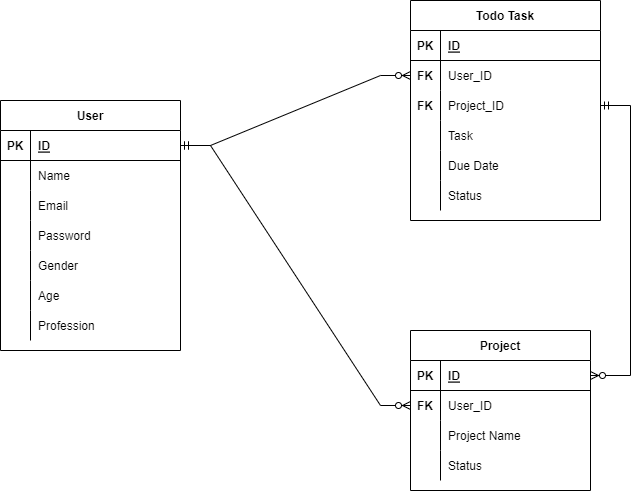
Above: erd-todo-list-app.png in ALTA-BE7-Usamah/todo-list-app (draw.io), before the change. Source tidied: cells renumbered, new cells last; positions are measured from the earlier drawing's top-left corner, leaving out a move shared by most shapes. Its diagram source:
```xml
<mxGraphModel>
  <root>
    <mxCell id="0" />
    <mxCell id="1" parent="0" />
    <mxCell id="2" value="User" style="shape=table;startSize=30;rowLines=0;fontStyle=1;align=center;" parent="1" vertex="1">
      <mxGeometry y="100" width="180" height="250" as="geometry" />
    </mxCell>
    <mxCell id="3" style="shape=tableRow;horizontal=0;startSize=0;swimlaneHead=0;swimlaneBody=0;fillColor=none;points=[[0,0.5],[1,0.5]];portConstraint=eastwest;top=0;left=0;right=0;bottom=1;" parent="2" vertex="1">
      <mxGeometry y="30" width="180" height="30" as="geometry" />
    </mxCell>
    <mxCell id="4" value="PK" style="shape=partialRectangle;fillColor=none;top=0;left=0;bottom=0;right=0;fontStyle=1;overflow=hidden;" parent="3" vertex="1">
      <mxGeometry width="30" height="30" as="geometry" />
    </mxCell>
    <mxCell id="5" value="ID" style="shape=partialRectangle;fillColor=none;top=0;left=0;bottom=0;right=0;align=left;spacingLeft=6;fontStyle=5;overflow=hidden;" parent="3" vertex="1">
      <mxGeometry x="30" width="150" height="30" as="geometry" />
    </mxCell>
    <mxCell id="6" style="shape=tableRow;horizontal=0;startSize=0;swimlaneHead=0;swimlaneBody=0;fillColor=none;top=0;left=0;right=0;bottom=0;" parent="2" vertex="1">
      <mxGeometry y="60" width="180" height="30" as="geometry" />
    </mxCell>
    <mxCell id="7" style="shape=partialRectangle;fillColor=none;top=0;left=0;bottom=0;right=0;overflow=hidden;" parent="6" vertex="1">
      <mxGeometry width="30" height="30" as="geometry" />
    </mxCell>
    <mxCell id="8" value="Name" style="shape=partialRectangle;fillColor=none;top=0;left=0;bottom=0;right=0;align=left;spacingLeft=6;overflow=hidden;" parent="6" vertex="1">
      <mxGeometry x="30" width="150" height="30" as="geometry" />
    </mxCell>
    <mxCell id="9" style="shape=tableRow;horizontal=0;startSize=0;swimlaneHead=0;swimlaneBody=0;fillColor=none;top=0;left=0;right=0;bottom=0;" parent="2" vertex="1">
      <mxGeometry y="90" width="180" height="30" as="geometry" />
    </mxCell>
    <mxCell id="10" style="shape=partialRectangle;fillColor=none;top=0;left=0;bottom=0;right=0;overflow=hidden;" parent="9" vertex="1">
      <mxGeometry width="30" height="30" as="geometry" />
    </mxCell>
    <mxCell id="11" value="Email" style="shape=partialRectangle;fillColor=none;top=0;left=0;bottom=0;right=0;align=left;spacingLeft=6;overflow=hidden;" parent="9" vertex="1">
      <mxGeometry x="30" width="150" height="30" as="geometry" />
    </mxCell>
    <mxCell id="12" style="shape=tableRow;horizontal=0;startSize=0;swimlaneHead=0;swimlaneBody=0;fillColor=none;top=0;left=0;right=0;bottom=0;" parent="2" vertex="1">
      <mxGeometry y="120" width="180" height="30" as="geometry" />
    </mxCell>
    <mxCell id="13" style="shape=partialRectangle;fillColor=none;top=0;left=0;bottom=0;right=0;overflow=hidden;" parent="12" vertex="1">
      <mxGeometry width="30" height="30" as="geometry" />
    </mxCell>
    <mxCell id="14" value="Password" style="shape=partialRectangle;fillColor=none;top=0;left=0;bottom=0;right=0;align=left;spacingLeft=6;overflow=hidden;" parent="12" vertex="1">
      <mxGeometry x="30" width="150" height="30" as="geometry" />
    </mxCell>
    <mxCell id="15" style="shape=tableRow;horizontal=0;startSize=0;swimlaneHead=0;swimlaneBody=0;fillColor=none;top=0;left=0;right=0;bottom=0;" parent="2" vertex="1">
      <mxGeometry y="150" width="180" height="30" as="geometry" />
    </mxCell>
    <mxCell id="16" style="shape=partialRectangle;fillColor=none;top=0;left=0;bottom=0;right=0;overflow=hidden;" parent="15" vertex="1">
      <mxGeometry width="30" height="30" as="geometry" />
    </mxCell>
    <mxCell id="17" value="Gender" style="shape=partialRectangle;fillColor=none;top=0;left=0;bottom=0;right=0;align=left;spacingLeft=6;overflow=hidden;" parent="15" vertex="1">
      <mxGeometry x="30" width="150" height="30" as="geometry" />
    </mxCell>
    <mxCell id="18" style="shape=tableRow;horizontal=0;startSize=0;swimlaneHead=0;swimlaneBody=0;fillColor=none;top=0;left=0;right=0;bottom=0;" parent="2" vertex="1">
      <mxGeometry y="180" width="180" height="30" as="geometry" />
    </mxCell>
    <mxCell id="19" style="shape=partialRectangle;fillColor=none;top=0;left=0;bottom=0;right=0;overflow=hidden;" parent="18" vertex="1">
      <mxGeometry width="30" height="30" as="geometry" />
    </mxCell>
    <mxCell id="20" value="Age" style="shape=partialRectangle;fillColor=none;top=0;left=0;bottom=0;right=0;align=left;spacingLeft=6;overflow=hidden;" parent="18" vertex="1">
      <mxGeometry x="30" width="150" height="30" as="geometry" />
    </mxCell>
    <mxCell id="21" style="shape=tableRow;horizontal=0;startSize=0;swimlaneHead=0;swimlaneBody=0;fillColor=none;top=0;left=0;right=0;bottom=0;" parent="2" vertex="1">
      <mxGeometry y="210" width="180" height="30" as="geometry" />
    </mxCell>
    <mxCell id="22" style="shape=partialRectangle;fillColor=none;top=0;left=0;bottom=0;right=0;overflow=hidden;" parent="21" vertex="1">
      <mxGeometry width="30" height="30" as="geometry" />
    </mxCell>
    <mxCell id="23" value="Profession" style="shape=partialRectangle;fillColor=none;top=0;left=0;bottom=0;right=0;align=left;spacingLeft=6;overflow=hidden;" parent="21" vertex="1">
      <mxGeometry x="30" width="150" height="30" as="geometry" />
    </mxCell>
    <mxCell id="24" value="Todo Task" style="shape=table;startSize=30;rowLines=0;fontStyle=1;align=center;" parent="1" vertex="1">
      <mxGeometry x="410" width="190" height="220" as="geometry" />
    </mxCell>
    <mxCell id="25" style="shape=tableRow;horizontal=0;startSize=0;swimlaneHead=0;swimlaneBody=0;fillColor=none;top=0;left=0;right=0;bottom=1;" parent="24" vertex="1">
      <mxGeometry y="30" width="190" height="30" as="geometry" />
    </mxCell>
    <mxCell id="26" value="PK" style="shape=partialRectangle;fillColor=none;top=0;left=0;bottom=0;right=0;fontStyle=1;overflow=hidden;" parent="25" vertex="1">
      <mxGeometry width="30" height="30" as="geometry" />
    </mxCell>
    <mxCell id="27" value="ID" style="shape=partialRectangle;fillColor=none;top=0;left=0;bottom=0;right=0;align=left;spacingLeft=6;fontStyle=5;overflow=hidden;" parent="25" vertex="1">
      <mxGeometry x="30" width="160" height="30" as="geometry" />
    </mxCell>
    <mxCell id="28" style="shape=tableRow;horizontal=0;startSize=0;swimlaneHead=0;swimlaneBody=0;fillColor=none;points=[[0,0.5],[1,0.5]];portConstraint=eastwest;top=0;left=0;right=0;bottom=0;" parent="24" vertex="1">
      <mxGeometry y="60" width="190" height="30" as="geometry" />
    </mxCell>
    <mxCell id="29" value="FK" style="shape=partialRectangle;fillColor=none;top=0;left=0;bottom=0;right=0;overflow=hidden;fontStyle=1;" parent="28" vertex="1">
      <mxGeometry width="30" height="30" as="geometry" />
    </mxCell>
    <mxCell id="30" value="User_ID" style="shape=partialRectangle;fillColor=none;top=0;left=0;bottom=0;right=0;align=left;spacingLeft=6;overflow=hidden;" parent="28" vertex="1">
      <mxGeometry x="30" width="160" height="30" as="geometry" />
    </mxCell>
    <mxCell id="31" style="shape=tableRow;horizontal=0;startSize=0;swimlaneHead=0;swimlaneBody=0;fillColor=none;points=[[0,0.5],[1,0.5]];portConstraint=eastwest;top=0;left=0;right=0;bottom=0;" parent="24" vertex="1">
      <mxGeometry y="90" width="190" height="30" as="geometry" />
    </mxCell>
    <mxCell id="32" value="FK" style="shape=partialRectangle;fillColor=none;top=0;left=0;bottom=0;right=0;overflow=hidden;fontStyle=1;" parent="31" vertex="1">
      <mxGeometry width="30" height="30" as="geometry" />
    </mxCell>
    <mxCell id="33" value="Project_ID" style="shape=partialRectangle;fillColor=none;top=0;left=0;bottom=0;right=0;align=left;spacingLeft=6;overflow=hidden;" parent="31" vertex="1">
      <mxGeometry x="30" width="160" height="30" as="geometry" />
    </mxCell>
    <mxCell id="34" style="shape=tableRow;horizontal=0;startSize=0;swimlaneHead=0;swimlaneBody=0;fillColor=none;top=0;left=0;right=0;bottom=0;" parent="24" vertex="1">
      <mxGeometry y="120" width="190" height="30" as="geometry" />
    </mxCell>
    <mxCell id="35" style="shape=partialRectangle;fillColor=none;top=0;left=0;bottom=0;right=0;overflow=hidden;" parent="34" vertex="1">
      <mxGeometry width="30" height="30" as="geometry" />
    </mxCell>
    <mxCell id="36" value="Task" style="shape=partialRectangle;fillColor=none;top=0;left=0;bottom=0;right=0;align=left;spacingLeft=6;overflow=hidden;" parent="34" vertex="1">
      <mxGeometry x="30" width="160" height="30" as="geometry" />
    </mxCell>
    <mxCell id="37" style="shape=tableRow;horizontal=0;startSize=0;swimlaneHead=0;swimlaneBody=0;fillColor=none;top=0;left=0;right=0;bottom=0;" parent="24" vertex="1">
      <mxGeometry y="150" width="190" height="30" as="geometry" />
    </mxCell>
    <mxCell id="38" style="shape=partialRectangle;fillColor=none;top=0;left=0;bottom=0;right=0;overflow=hidden;" parent="37" vertex="1">
      <mxGeometry width="30" height="30" as="geometry" />
    </mxCell>
    <mxCell id="39" value="Due Date" style="shape=partialRectangle;fillColor=none;top=0;left=0;bottom=0;right=0;align=left;spacingLeft=6;overflow=hidden;" parent="37" vertex="1">
      <mxGeometry x="30" width="160" height="30" as="geometry" />
    </mxCell>
    <mxCell id="40" style="shape=tableRow;horizontal=0;startSize=0;swimlaneHead=0;swimlaneBody=0;fillColor=none;top=0;left=0;right=0;bottom=0;" parent="24" vertex="1">
      <mxGeometry y="180" width="190" height="30" as="geometry" />
    </mxCell>
    <mxCell id="41" style="shape=partialRectangle;fillColor=none;top=0;left=0;bottom=0;right=0;overflow=hidden;" parent="40" vertex="1">
      <mxGeometry width="30" height="30" as="geometry" />
    </mxCell>
    <mxCell id="42" value="Status" style="shape=partialRectangle;fillColor=none;top=0;left=0;bottom=0;right=0;align=left;spacingLeft=6;overflow=hidden;" parent="40" vertex="1">
      <mxGeometry x="30" width="160" height="30" as="geometry" />
    </mxCell>
    <mxCell id="43" value="Project" style="shape=table;startSize=30;rowLines=0;fontStyle=1;align=center;" parent="1" vertex="1">
      <mxGeometry x="410" y="330" width="180" height="160" as="geometry" />
    </mxCell>
    <mxCell id="44" style="shape=tableRow;horizontal=0;startSize=0;swimlaneHead=0;swimlaneBody=0;fillColor=none;points=[[0,0.5],[1,0.5]];portConstraint=eastwest;top=0;left=0;right=0;bottom=1;" parent="43" vertex="1">
      <mxGeometry y="30" width="180" height="30" as="geometry" />
    </mxCell>
    <mxCell id="45" value="PK" style="shape=partialRectangle;fillColor=none;top=0;left=0;bottom=0;right=0;fontStyle=1;overflow=hidden;" parent="44" vertex="1">
      <mxGeometry width="30" height="30" as="geometry" />
    </mxCell>
    <mxCell id="46" value="ID" style="shape=partialRectangle;fillColor=none;top=0;left=0;bottom=0;right=0;align=left;spacingLeft=6;fontStyle=5;overflow=hidden;" parent="44" vertex="1">
      <mxGeometry x="30" width="150" height="30" as="geometry" />
    </mxCell>
    <mxCell id="47" style="shape=tableRow;horizontal=0;startSize=0;swimlaneHead=0;swimlaneBody=0;fillColor=none;points=[[0,0.5],[1,0.5]];portConstraint=eastwest;top=0;left=0;right=0;bottom=0;" parent="43" vertex="1">
      <mxGeometry y="60" width="180" height="30" as="geometry" />
    </mxCell>
    <mxCell id="48" value="FK" style="shape=partialRectangle;fillColor=none;top=0;left=0;bottom=0;right=0;overflow=hidden;fontStyle=1;" parent="47" vertex="1">
      <mxGeometry width="30" height="30" as="geometry" />
    </mxCell>
    <mxCell id="49" value="User_ID" style="shape=partialRectangle;fillColor=none;top=0;left=0;bottom=0;right=0;align=left;spacingLeft=6;overflow=hidden;" parent="47" vertex="1">
      <mxGeometry x="30" width="150" height="30" as="geometry" />
    </mxCell>
    <mxCell id="50" style="shape=tableRow;horizontal=0;startSize=0;swimlaneHead=0;swimlaneBody=0;fillColor=none;top=0;left=0;right=0;bottom=0;" parent="43" vertex="1">
      <mxGeometry y="90" width="180" height="30" as="geometry" />
    </mxCell>
    <mxCell id="51" style="shape=partialRectangle;fillColor=none;top=0;left=0;bottom=0;right=0;overflow=hidden;" parent="50" vertex="1">
      <mxGeometry width="30" height="30" as="geometry" />
    </mxCell>
    <mxCell id="52" value="Project Name" style="shape=partialRectangle;fillColor=none;top=0;left=0;bottom=0;right=0;align=left;spacingLeft=6;overflow=hidden;" parent="50" vertex="1">
      <mxGeometry x="30" width="150" height="30" as="geometry" />
    </mxCell>
    <mxCell id="53" style="shape=tableRow;horizontal=0;startSize=0;swimlaneHead=0;swimlaneBody=0;fillColor=none;top=0;left=0;right=0;bottom=0;" parent="43" vertex="1">
      <mxGeometry y="120" width="180" height="30" as="geometry" />
    </mxCell>
    <mxCell id="54" style="shape=partialRectangle;fillColor=none;top=0;left=0;bottom=0;right=0;overflow=hidden;" parent="53" vertex="1">
      <mxGeometry width="30" height="30" as="geometry" />
    </mxCell>
    <mxCell id="55" value="Status" style="shape=partialRectangle;fillColor=none;top=0;left=0;bottom=0;right=0;align=left;spacingLeft=6;overflow=hidden;" parent="53" vertex="1">
      <mxGeometry x="30" width="150" height="30" as="geometry" />
    </mxCell>
    <mxCell id="56" style="edgeStyle=entityRelationEdgeStyle;fontSize=12;html=1;endArrow=ERzeroToMany;startArrow=ERmandOne;rounded=0;exitX=1;exitY=0.5;exitDx=0;exitDy=0;entryX=0;entryY=0.5;entryDx=0;entryDy=0;" parent="1" edge="1" source="3" target="28">
      <mxGeometry relative="1" as="geometry" />
    </mxCell>
    <mxCell id="57" style="edgeStyle=entityRelationEdgeStyle;fontSize=12;html=1;endArrow=ERzeroToMany;startArrow=ERmandOne;rounded=0;exitX=1;exitY=0.5;exitDx=0;exitDy=0;entryX=0;entryY=0.5;entryDx=0;entryDy=0;" parent="1" edge="1" source="3" target="47">
      <mxGeometry relative="1" as="geometry" />
    </mxCell>
    <mxCell id="58" style="edgeStyle=entityRelationEdgeStyle;fontSize=12;html=1;endArrow=ERzeroToMany;startArrow=ERmandOne;rounded=0;entryX=1;entryY=0.5;entryDx=0;entryDy=0;" parent="1" edge="1" source="31" target="44">
      <mxGeometry relative="1" as="geometry" />
    </mxCell>
  </root>
</mxGraphModel>
```
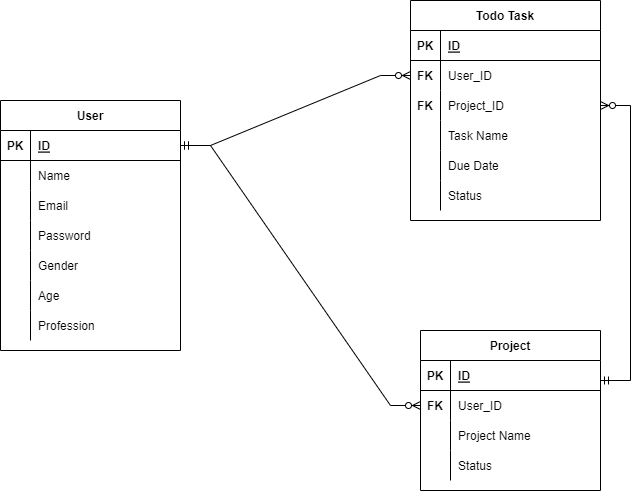
The same diagram one commit later.

Change to the diagram source:
```diff
@@ -104,7 +104,7 @@
     <mxCell id="35" style="shape=partialRectangle;fillColor=none;top=0;left=0;bottom=0;right=0;overflow=hidden;" parent="34" vertex="1">
       <mxGeometry width="30" height="30" as="geometry" />
     </mxCell>
-    <mxCell id="36" value="Task" style="shape=partialRectangle;fillColor=none;top=0;left=0;bottom=0;right=0;align=left;spacingLeft=6;overflow=hidden;" parent="34" vertex="1">
+    <mxCell id="36" value="Task Name" style="shape=partialRectangle;fillColor=none;top=0;left=0;bottom=0;right=0;align=left;spacingLeft=6;overflow=hidden;" parent="34" vertex="1">
       <mxGeometry x="30" width="160" height="30" as="geometry" />
     </mxCell>
     <mxCell id="37" style="shape=tableRow;horizontal=0;startSize=0;swimlaneHead=0;swimlaneBody=0;fillColor=none;top=0;left=0;right=0;bottom=0;" parent="24" vertex="1">
@@ -126,7 +126,7 @@
       <mxGeometry x="30" width="160" height="30" as="geometry" />
     </mxCell>
     <mxCell id="43" value="Project" style="shape=table;startSize=30;rowLines=0;fontStyle=1;align=center;" parent="1" vertex="1">
-      <mxGeometry x="410" y="330" width="180" height="160" as="geometry" />
+      <mxGeometry x="420" y="330" width="180" height="160" as="geometry" />
     </mxCell>
     <mxCell id="44" style="shape=tableRow;horizontal=0;startSize=0;swimlaneHead=0;swimlaneBody=0;fillColor=none;points=[[0,0.5],[1,0.5]];portConstraint=eastwest;top=0;left=0;right=0;bottom=1;" parent="43" vertex="1">
       <mxGeometry y="30" width="180" height="30" as="geometry" />
@@ -170,8 +170,10 @@
     <mxCell id="57" style="edgeStyle=entityRelationEdgeStyle;fontSize=12;html=1;endArrow=ERzeroToMany;startArrow=ERmandOne;rounded=0;exitX=1;exitY=0.5;exitDx=0;exitDy=0;entryX=0;entryY=0.5;entryDx=0;entryDy=0;" parent="1" edge="1" source="3" target="47">
       <mxGeometry relative="1" as="geometry" />
     </mxCell>
-    <mxCell id="58" style="edgeStyle=entityRelationEdgeStyle;fontSize=12;html=1;endArrow=ERzeroToMany;startArrow=ERmandOne;rounded=0;entryX=1;entryY=0.5;entryDx=0;entryDy=0;" parent="1" edge="1" source="31" target="44">
-      <mxGeometry relative="1" as="geometry" />
+    <mxCell id="58" style="edgeStyle=entityRelationEdgeStyle;fontSize=12;html=1;endArrow=ERzeroToMany;startArrow=ERmandOne;rounded=0;entryX=1;entryY=0.5;entryDx=0;entryDy=0;" parent="1" edge="1" target="31">
+      <mxGeometry relative="1" as="geometry">
+        <mxPoint x="600" y="380" as="sourcePoint" />
+      </mxGeometry>
     </mxCell>
   </root>
 </mxGraphModel>
```
